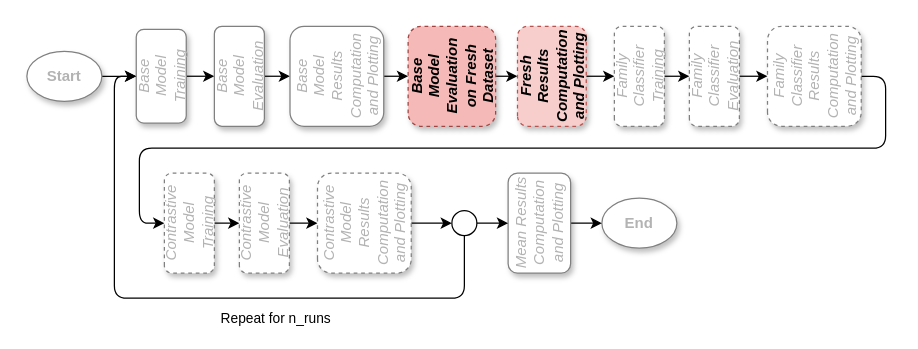
Earlier version of the draw.io diagram page "workflow_base_fresh_dataset" (4 of 18) of Thesis/images/workflow.drawio (cmikke97/Thesis). Source tidied: cells renumbered, new cells numbered last; positions are measured from the earlier drawing's top-left corner, leaving out a move shared by most shapes. Both pictures are drawn from the tidied source at 125%, with x=0, y=0 at pixel (26, 29).
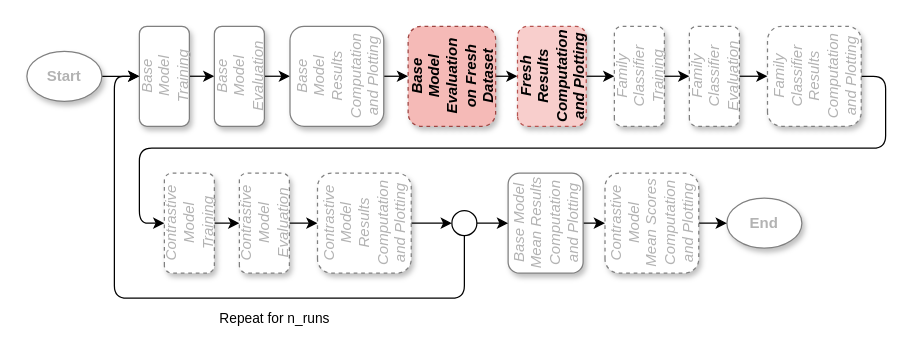
After the change.

Unchanged cells that the change refers to:
```xml
<mxCell id="32" style="ellipse;whiteSpace=wrap;html=1;" parent="1" vertex="1">
  <mxGeometry x="340" y="145" width="20" height="20" as="geometry" />
</mxCell>
```

What changed in the source:
```diff
@@
     <mxCell id="4" value="End" style="ellipse;whiteSpace=wrap;html=1;shadow=1;fontStyle=1;fontColor=#B3B3B3;fillColor=#FFFFFF;strokeColor=#808080;" parent="1" vertex="1">
-      <mxGeometry x="460" y="135" width="60" height="40" as="geometry" />
+      <mxGeometry x="560" y="135" width="60" height="40" as="geometry" />
     </mxCell>
@@
     <mxCell id="6" value="Base&lt;br&gt;Model&lt;br&gt;Training" style="rounded=1;whiteSpace=wrap;html=1;shadow=1;sketch=0;fontStyle=2;rotation=-90;fontColor=#B3B3B3;fillColor=#FFFFFF;strokeColor=#808080;" parent="1" vertex="1">
-      <mxGeometry x="70" y="17.5" width="75" height="40" as="geometry" />
+      <mxGeometry x="70" y="17.5" width="80" height="40" as="geometry" />
     </mxCell>
@@
-    <mxCell id="15" style="edgeStyle=orthogonalEdgeStyle;rounded=1;jettySize=auto;html=1;exitX=0.5;exitY=1;exitDx=0;exitDy=0;entryX=0;entryY=0.5;entryDx=0;entryDy=0;" parent="1" edge="1" source="16" target="4">
-      <mxGeometry relative="1" as="geometry" />
-    </mxCell>
-    <mxCell id="16" value="Mean Results&lt;br&gt;Computation&lt;br&gt;and Plotting" style="rounded=1;whiteSpace=wrap;html=1;shadow=1;sketch=0;fontStyle=2;rotation=-90;fontColor=#B3B3B3;fillColor=#FFFFFF;strokeColor=#808080;" parent="1" vertex="1">
-      <mxGeometry x="370" y="130" width="80" height="50" as="geometry" />
-    </mxCell>
+    <mxCell id="33" style="edgeStyle=orthogonalEdgeStyle;rounded=0;jettySize=auto;html=1;exitX=0.5;exitY=1;exitDx=0;exitDy=0;entryX=0.5;entryY=0;entryDx=0;entryDy=0;" parent="1" edge="1" source="34" target="37">
+      <mxGeometry relative="1" as="geometry" />
+    </mxCell>
+    <mxCell id="34" value="Base Model&lt;br&gt;Mean Results&lt;br&gt;Computation&lt;br&gt;and Plotting" style="rounded=1;whiteSpace=wrap;html=1;shadow=1;sketch=0;fontStyle=2;rotation=-90;fontColor=#B3B3B3;fillColor=#FFFFFF;strokeColor=#808080;" parent="1" vertex="1">
+      <mxGeometry x="375" y="125" width="80" height="60" as="geometry" />
+    </mxCell>
@@
-    <mxCell id="29" style="edgeStyle=orthogonalEdgeStyle;rounded=0;jettySize=auto;html=1;exitX=1;exitY=0.5;exitDx=0;exitDy=0;entryX=0.5;entryY=0;entryDx=0;entryDy=0;" parent="1" edge="1" source="32" target="16">
-      <mxGeometry relative="1" as="geometry" />
-    </mxCell>
+    <mxCell id="35" style="edgeStyle=orthogonalEdgeStyle;rounded=0;jettySize=auto;html=1;exitX=1;exitY=0.5;exitDx=0;exitDy=0;entryX=0.5;entryY=0;entryDx=0;entryDy=0;" parent="1" edge="1" source="32" target="34">
+      <mxGeometry relative="1" as="geometry" />
+    </mxCell>
@@
+    <mxCell id="36" style="edgeStyle=orthogonalEdgeStyle;rounded=0;jettySize=auto;html=1;exitX=0.5;exitY=1;exitDx=0;exitDy=0;entryX=0;entryY=0.5;entryDx=0;entryDy=0;" parent="1" edge="1" source="37" target="4">
+      <mxGeometry relative="1" as="geometry" />
+    </mxCell>
+    <mxCell id="37" value="Contrastive Model&lt;br&gt;Mean Scores&lt;br&gt;Computation&lt;br&gt;and Plotting" style="rounded=1;whiteSpace=wrap;html=1;shadow=1;sketch=0;fontStyle=2;rotation=-90;dashed=1;fontColor=#B3B3B3;fillColor=#FFFFFF;strokeColor=#808080;" parent="1" vertex="1">
+      <mxGeometry x="460" y="117.5" width="80" height="75" as="geometry" />
+    </mxCell>
```
